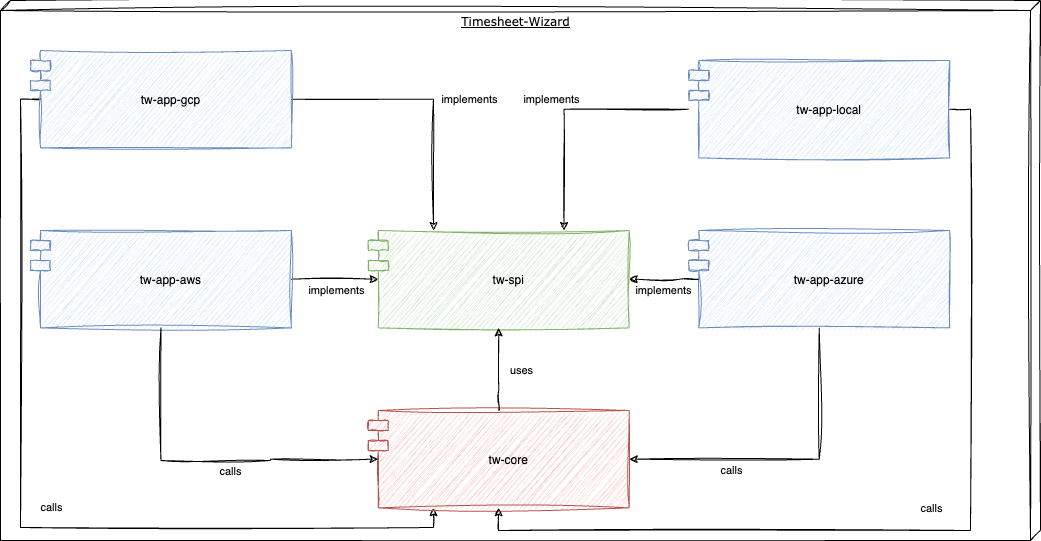
tinohertlein/timesheet-wizard keeps this draw.io diagram as docs/assets/static-level-1.drawio.png. Above is the earlier version. Source tidied: cells renumbered, new cells last; positions are measured from the earlier drawing's top-left corner, leaving out a move shared by most shapes.
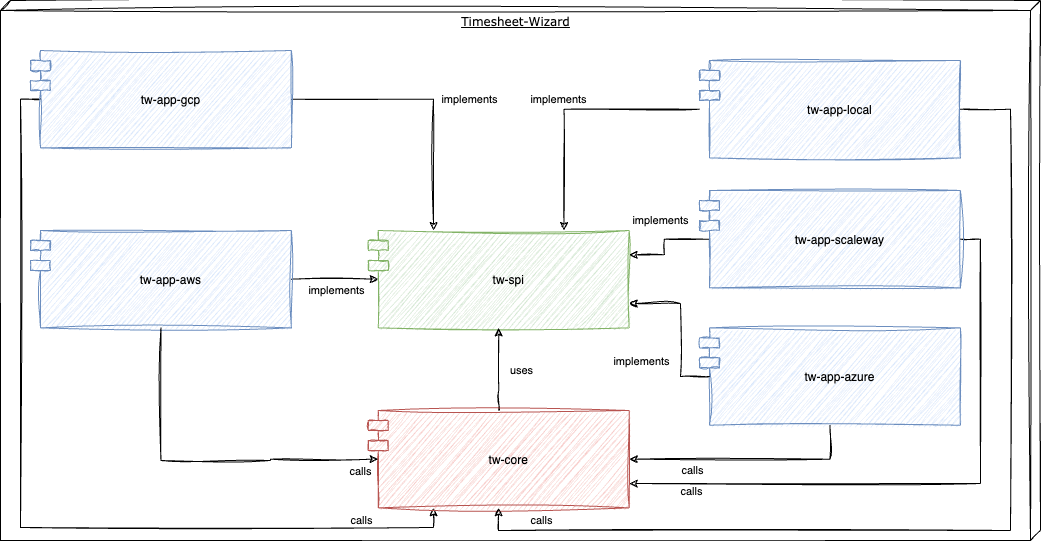
The same file after the commit.

Diff of the diagram source:
```diff
@@ -24,7 +24,7 @@
     </mxCell>
     <mxCell id="6" value="calls" style="edgeLabel;html=1;align=center;verticalAlign=middle;" parent="5" vertex="1">
       <mxGeometry x="-0.4" relative="1" as="geometry">
-        <mxPoint x="30" y="165" as="offset" />
+        <mxPoint x="340" y="178" as="offset" />
       </mxGeometry>
     </mxCell>
     <mxCell id="7" value="tw-app-gcp" style="shape=module;align=left;spacingLeft=20;align=center;verticalAlign=middle;sketch=1;curveFitting=1;jiggle=2;fillColor=#dae8fc;strokeColor=#6c8ebf;fillStyle=auto;" parent="1" vertex="1">
@@ -61,19 +61,19 @@
       <mxGeometry x="367.8" y="410" width="260.9" height="97.4" as="geometry" />
     </mxCell>
     <mxCell id="15" value="tw-app-azure" style="shape=module;align=left;spacingLeft=20;align=center;verticalAlign=middle;sketch=1;curveFitting=1;jiggle=2;fillColor=#dae8fc;strokeColor=#6c8ebf;fillStyle=auto;" parent="1" vertex="1">
-      <mxGeometry x="688.3" y="230" width="260.9" height="97.4" as="geometry" />
+      <mxGeometry x="699" y="327.4" width="260.9" height="97.4" as="geometry" />
     </mxCell>
-    <mxCell id="16" style="edgeStyle=orthogonalEdgeStyle;rounded=0;jettySize=auto;html=1;entryX=1;entryY=0.5;entryDx=0;entryDy=0;sketch=1;curveFitting=1;jiggle=2;exitX=0;exitY=0.5;exitDx=10;exitDy=0;exitPerimeter=0;" parent="1" edge="1" source="15" target="11">
+    <mxCell id="16" style="edgeStyle=orthogonalEdgeStyle;rounded=0;jettySize=auto;html=1;entryX=1;entryY=0.75;entryDx=0;entryDy=0;sketch=1;curveFitting=1;jiggle=2;exitX=0;exitY=0.5;exitDx=10;exitDy=0;exitPerimeter=0;" parent="1" edge="1" source="15" target="11">
       <mxGeometry relative="1" as="geometry">
         <Array as="points">
-          <mxPoint x="679.6" y="279" />
-          <mxPoint x="679.6" y="279" />
+          <mxPoint x="680" y="376" />
+          <mxPoint x="680" y="303" />
         </Array>
       </mxGeometry>
     </mxCell>
     <mxCell id="17" value="implements" style="edgeLabel;html=1;align=center;verticalAlign=middle;" parent="16" vertex="1">
       <mxGeometry x="-0.27" relative="1" as="geometry">
-        <mxPoint x="-11" y="11" as="offset" />
+        <mxPoint x="-40" y="11" as="offset" />
       </mxGeometry>
     </mxCell>
     <mxCell id="18" style="edgeStyle=orthogonalEdgeStyle;rounded=0;jettySize=auto;html=1;sketch=1;curveFitting=1;jiggle=2;exitX=0.5;exitY=1;exitDx=0;exitDy=0;entryX=1;entryY=0.5;entryDx=0;entryDy=0;" parent="1" edge="1" source="15" target="14">
@@ -95,7 +95,7 @@
     </mxCell>
     <mxCell id="21" value="calls" style="edgeLabel;html=1;align=center;verticalAlign=middle;" parent="20" vertex="1">
       <mxGeometry x="0.1" y="2" relative="1" as="geometry">
-        <mxPoint x="8" y="12" as="offset" />
+        <mxPoint x="138" y="12" as="offset" />
       </mxGeometry>
     </mxCell>
     <mxCell id="22" style="edgeStyle=orthogonalEdgeStyle;rounded=0;sketch=1;jettySize=auto;html=1;entryX=0.75;entryY=0;entryDx=0;entryDy=0;" parent="1" edge="1" source="26" target="11">
@@ -109,19 +109,38 @@
     <mxCell id="24" style="edgeStyle=orthogonalEdgeStyle;rounded=0;sketch=1;jettySize=auto;html=1;" parent="1" edge="1" source="26" target="14">
       <mxGeometry relative="1" as="geometry">
         <Array as="points">
-          <mxPoint x="970" y="109" />
-          <mxPoint x="970" y="530" />
+          <mxPoint x="1010" y="109" />
+          <mxPoint x="1010" y="530" />
           <mxPoint x="498" y="530" />
         </Array>
       </mxGeometry>
     </mxCell>
     <mxCell id="25" value="calls" style="edgeLabel;html=1;align=center;verticalAlign=middle;" parent="24" vertex="1">
       <mxGeometry x="-0.31" y="3" relative="1" as="geometry">
-        <mxPoint x="-43" y="97" as="offset" />
+        <mxPoint x="-473" y="114" as="offset" />
       </mxGeometry>
     </mxCell>
     <mxCell id="26" value="tw-app-local" style="shape=module;align=left;spacingLeft=20;align=center;verticalAlign=middle;sketch=1;curveFitting=1;jiggle=2;fillColor=#dae8fc;strokeColor=#6c8ebf;fillStyle=auto;" parent="1" vertex="1">
-      <mxGeometry x="688.3" y="60" width="260.9" height="97.4" as="geometry" />
+      <mxGeometry x="699" y="60" width="260.9" height="97.4" as="geometry" />
     </mxCell>
+    <mxCell id="27" style="edgeStyle=orthogonalEdgeStyle;rounded=0;sketch=1;jettySize=auto;html=1;exitX=0;exitY=0.5;exitDx=10;exitDy=0;exitPerimeter=0;entryX=1;entryY=0.25;entryDx=0;entryDy=0;" parent="1" edge="1" source="31" target="11">
+      <mxGeometry relative="1" as="geometry" />
+    </mxCell>
+    <mxCell id="28" value="implements" style="edgeLabel;html=1;align=center;verticalAlign=middle;" parent="27" vertex="1">
+      <mxGeometry x="0.01" relative="1" as="geometry">
+        <mxPoint x="-4" y="-22" as="offset" />
+      </mxGeometry>
+    </mxCell>
+    <mxCell id="29" style="edgeStyle=orthogonalEdgeStyle;rounded=0;sketch=1;jettySize=auto;html=1;exitX=1;exitY=0.5;exitDx=0;exitDy=0;entryX=1;entryY=0.75;entryDx=0;entryDy=0;" parent="1" edge="1" source="31" target="14">
+      <mxGeometry relative="1" as="geometry" />
+    </mxCell>
+    <mxCell id="30" value="calls" style="edgeLabel;html=1;align=center;verticalAlign=middle;" parent="29" vertex="1">
+      <mxGeometry x="0.16" relative="1" as="geometry">
+        <mxPoint x="-198" y="7" as="offset" />
+      </mxGeometry>
+    </mxCell>
+    <mxCell id="31" value="tw-app-scaleway" style="shape=module;align=left;spacingLeft=20;align=center;verticalAlign=middle;sketch=1;curveFitting=1;jiggle=2;fillColor=#dae8fc;strokeColor=#6c8ebf;fillStyle=auto;" parent="1" vertex="1">
+      <mxGeometry x="699" y="190" width="260.9" height="97.4" as="geometry" />
+    </mxCell>
   </root>
 </mxGraphModel>
```
